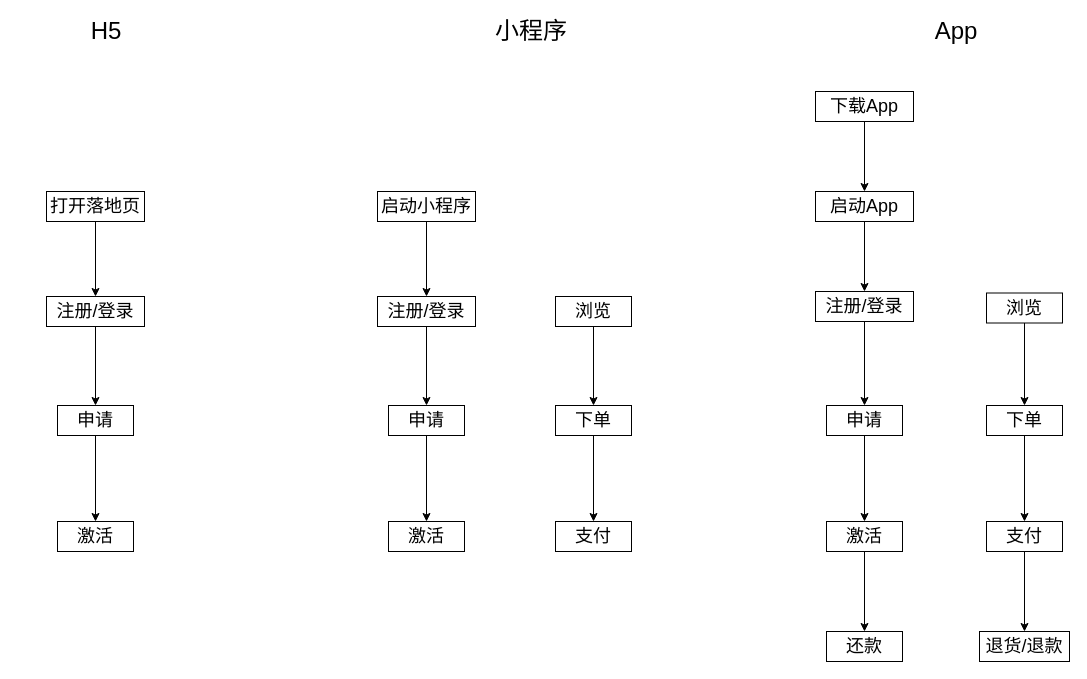
The draw.io diagram 未命名绘图.drawio in wangsun870/QG, before the edit. Source tidied: cells renumbered, new cells numbered last; positions are measured from the earlier drawing's top-left corner, leaving out a move shared by most shapes. Both pictures are drawn from the tidied source at 100%, with x=0, y=0 at pixel (46, 21).
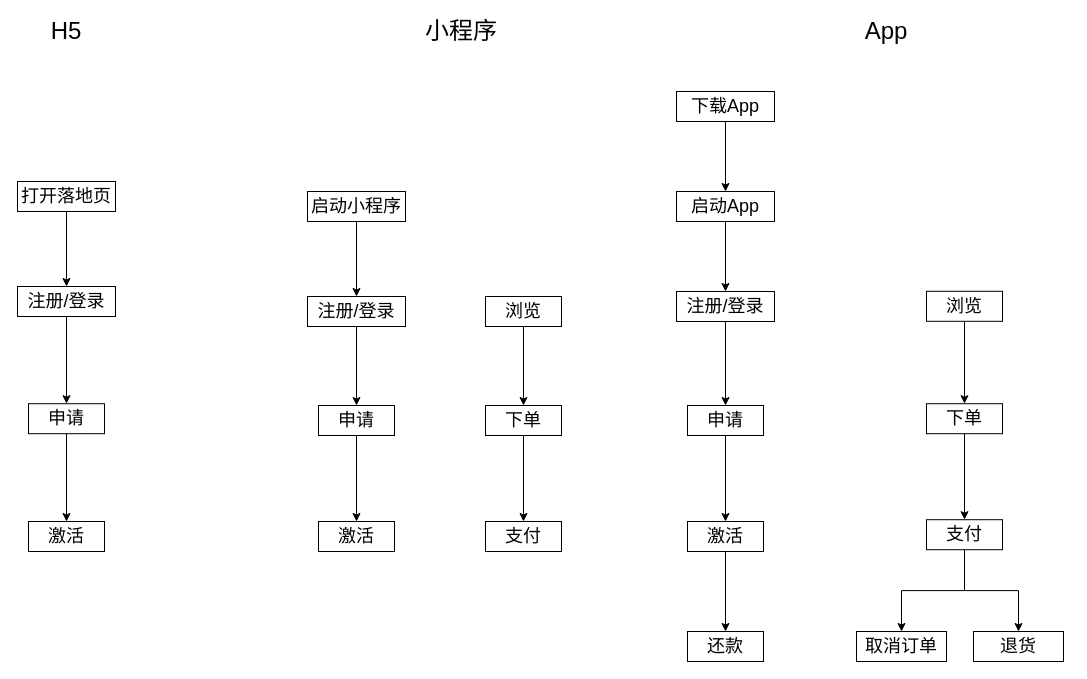
After the change.

Commit message (it also covers changes not shown here):
更新未命名绘图.drawio

Diff of the diagram source:
```diff
@@
     <mxCell id="3" value="&lt;font style=&quot;font-size: 18px&quot;&gt;注册/登录&lt;/font&gt;" style="rounded=0;whiteSpace=wrap;html=1;" parent="1" vertex="1">
-      <mxGeometry y="275" width="98" height="30" as="geometry" />
+      <mxGeometry x="-29" y="265" width="98" height="30" as="geometry" />
     </mxCell>
     <mxCell id="4" value="&lt;font style=&quot;font-size: 24px&quot;&gt;H5&lt;/font&gt;" style="text;html=1;strokeColor=none;fillColor=none;align=center;verticalAlign=middle;whiteSpace=wrap;rounded=0;direction=west;" parent="1" vertex="1">
-      <mxGeometry x="40" width="40" height="20" as="geometry" />
+      <mxGeometry width="40" height="20" as="geometry" />
     </mxCell>
     <mxCell id="5" value="&lt;span style=&quot;font-size: 24px&quot;&gt;小程序&lt;/span&gt;" style="text;html=1;strokeColor=none;fillColor=none;align=center;verticalAlign=middle;whiteSpace=wrap;rounded=0;direction=west;" parent="1" vertex="1">
-      <mxGeometry x="440" width="90" height="20" as="geometry" />
+      <mxGeometry x="370" width="90" height="20" as="geometry" />
     </mxCell>
     <mxCell id="6" value="&lt;font style=&quot;font-size: 24px&quot;&gt;App&lt;/font&gt;" style="text;html=1;strokeColor=none;fillColor=none;align=center;verticalAlign=middle;whiteSpace=wrap;rounded=0;direction=west;" parent="1" vertex="1">
-      <mxGeometry x="890" width="40" height="20" as="geometry" />
+      <mxGeometry x="820" width="40" height="20" as="geometry" />
     </mxCell>
@@
     <mxCell id="8" value="&lt;font style=&quot;font-size: 18px&quot;&gt;申请&lt;/font&gt;" style="rounded=0;whiteSpace=wrap;html=1;" parent="1" vertex="1">
-      <mxGeometry x="11" y="384" width="76" height="30" as="geometry" />
+      <mxGeometry x="-18" y="382.2" width="76" height="30" as="geometry" />
     </mxCell>
     <mxCell id="9" value="&lt;font style=&quot;font-size: 18px&quot;&gt;激活&lt;/font&gt;" style="rounded=0;whiteSpace=wrap;html=1;" parent="1" vertex="1">
-      <mxGeometry x="11" y="500" width="76" height="30" as="geometry" />
+      <mxGeometry x="-18" y="500" width="76" height="30" as="geometry" />
     </mxCell>
@@
     <mxCell id="11" value="&lt;font style=&quot;font-size: 18px&quot;&gt;注册/登录&lt;/font&gt;" style="rounded=0;whiteSpace=wrap;html=1;" parent="1" vertex="1">
-      <mxGeometry x="331" y="275" width="98" height="30" as="geometry" />
+      <mxGeometry x="261" y="275" width="98" height="30" as="geometry" />
     </mxCell>
@@
     <mxCell id="13" value="&lt;font style=&quot;font-size: 18px&quot;&gt;申请&lt;/font&gt;" style="rounded=0;whiteSpace=wrap;html=1;" parent="1" vertex="1">
-      <mxGeometry x="342" y="384" width="76" height="30" as="geometry" />
+      <mxGeometry x="272" y="384" width="76" height="30" as="geometry" />
     </mxCell>
     <mxCell id="14" value="&lt;font style=&quot;font-size: 18px&quot;&gt;激活&lt;/font&gt;" style="rounded=0;whiteSpace=wrap;html=1;" parent="1" vertex="1">
-      <mxGeometry x="342" y="500" width="76" height="30" as="geometry" />
+      <mxGeometry x="272" y="500" width="76" height="30" as="geometry" />
     </mxCell>
@@
     <mxCell id="16" value="&lt;font style=&quot;font-size: 18px&quot;&gt;浏览&lt;br&gt;&lt;/font&gt;" style="rounded=0;whiteSpace=wrap;html=1;" parent="1" vertex="1">
-      <mxGeometry x="509" y="275" width="76" height="30" as="geometry" />
+      <mxGeometry x="439" y="275" width="76" height="30" as="geometry" />
     </mxCell>
@@
     <mxCell id="18" value="&lt;font style=&quot;font-size: 18px&quot;&gt;下单&lt;br&gt;&lt;/font&gt;" style="rounded=0;whiteSpace=wrap;html=1;" parent="1" vertex="1">
-      <mxGeometry x="509" y="384" width="76" height="30" as="geometry" />
+      <mxGeometry x="439" y="384" width="76" height="30" as="geometry" />
     </mxCell>
     <mxCell id="19" value="&lt;font style=&quot;font-size: 18px&quot;&gt;支付&lt;br&gt;&lt;/font&gt;" style="rounded=0;whiteSpace=wrap;html=1;" parent="1" vertex="1">
-      <mxGeometry x="509" y="500" width="76" height="30" as="geometry" />
+      <mxGeometry x="439" y="500" width="76" height="30" as="geometry" />
     </mxCell>
@@
     <mxCell id="21" value="&lt;font style=&quot;font-size: 18px&quot;&gt;激活&lt;/font&gt;" style="rounded=0;whiteSpace=wrap;html=1;" parent="1" vertex="1">
-      <mxGeometry x="780" y="500" width="76" height="30" as="geometry" />
+      <mxGeometry x="641" y="500" width="76" height="30" as="geometry" />
     </mxCell>
@@
     <mxCell id="23" value="&lt;font style=&quot;font-size: 18px&quot;&gt;注册/登录&lt;/font&gt;" style="rounded=0;whiteSpace=wrap;html=1;" parent="1" vertex="1">
-      <mxGeometry x="769" y="270" width="98" height="30" as="geometry" />
+      <mxGeometry x="630" y="270" width="98" height="30" as="geometry" />
     </mxCell>
@@
     <mxCell id="25" value="&lt;font style=&quot;font-size: 18px&quot;&gt;申请&lt;/font&gt;" style="rounded=0;whiteSpace=wrap;html=1;" parent="1" vertex="1">
-      <mxGeometry x="780" y="384" width="76" height="30" as="geometry" />
+      <mxGeometry x="641" y="384" width="76" height="30" as="geometry" />
     </mxCell>
     <mxCell id="26" value="&lt;span style=&quot;font-size: 18px&quot;&gt;还款&lt;/span&gt;" style="rounded=0;whiteSpace=wrap;html=1;" parent="1" vertex="1">
-      <mxGeometry x="780" y="610" width="76" height="30" as="geometry" />
+      <mxGeometry x="641" y="610" width="76" height="30" as="geometry" />
     </mxCell>
@@
     <mxCell id="28" value="&lt;font style=&quot;font-size: 18px&quot;&gt;启动App&lt;/font&gt;" style="rounded=0;whiteSpace=wrap;html=1;" parent="1" vertex="1">
-      <mxGeometry x="769" y="170" width="98" height="30" as="geometry" />
+      <mxGeometry x="630" y="170" width="98" height="30" as="geometry" />
     </mxCell>
@@
     <mxCell id="30" value="&lt;span style=&quot;font-size: 18px&quot;&gt;启动小程序&lt;/span&gt;" style="rounded=0;whiteSpace=wrap;html=1;" parent="1" vertex="1">
-      <mxGeometry x="331" y="170" width="98" height="30" as="geometry" />
+      <mxGeometry x="261" y="170" width="98" height="30" as="geometry" />
     </mxCell>
@@
     <mxCell id="32" value="&lt;font style=&quot;font-size: 18px&quot;&gt;打开落地页&lt;/font&gt;" style="rounded=0;whiteSpace=wrap;html=1;" parent="1" vertex="1">
-      <mxGeometry y="170" width="98" height="30" as="geometry" />
+      <mxGeometry x="-29" y="160" width="98" height="30" as="geometry" />
     </mxCell>
@@
     <mxCell id="34" value="&lt;font style=&quot;font-size: 18px&quot;&gt;下载App&lt;/font&gt;" style="rounded=0;whiteSpace=wrap;html=1;" parent="1" vertex="1">
-      <mxGeometry x="769" y="70" width="98" height="30" as="geometry" />
+      <mxGeometry x="630" y="70" width="98" height="30" as="geometry" />
     </mxCell>
@@
     <mxCell id="36" value="&lt;font style=&quot;font-size: 18px&quot;&gt;浏览&lt;br&gt;&lt;/font&gt;" style="rounded=0;whiteSpace=wrap;html=1;" parent="1" vertex="1">
-      <mxGeometry x="940" y="271.5" width="76" height="30" as="geometry" />
+      <mxGeometry x="880" y="269.8" width="76" height="30" as="geometry" />
     </mxCell>
@@
     <mxCell id="38" value="&lt;font style=&quot;font-size: 18px&quot;&gt;下单&lt;br&gt;&lt;/font&gt;" style="rounded=0;whiteSpace=wrap;html=1;" parent="1" vertex="1">
-      <mxGeometry x="940" y="384" width="76" height="30" as="geometry" />
+      <mxGeometry x="880" y="382.2" width="76" height="30" as="geometry" />
     </mxCell>
@@
+    <mxCell id="42" style="edgeStyle=orthogonalEdgeStyle;rounded=0;jettySize=auto;html=1;entryX=0.5;entryY=0;entryDx=0;entryDy=0;" parent="1" edge="1" source="40" target="43">
+      <mxGeometry relative="1" as="geometry" />
+    </mxCell>
     <mxCell id="40" value="&lt;font style=&quot;font-size: 18px&quot;&gt;支付&lt;br&gt;&lt;/font&gt;" style="rounded=0;whiteSpace=wrap;html=1;" parent="1" vertex="1">
-      <mxGeometry x="940" y="500" width="76" height="30" as="geometry" />
+      <mxGeometry x="880" y="498.2" width="76" height="30" as="geometry" />
     </mxCell>
-    <mxCell id="41" value="&lt;font style=&quot;font-size: 18px&quot;&gt;退货/退款&lt;br&gt;&lt;/font&gt;" style="rounded=0;whiteSpace=wrap;html=1;" parent="1" vertex="1">
-      <mxGeometry x="933" y="610" width="90" height="30" as="geometry" />
+    <mxCell id="41" value="&lt;font style=&quot;font-size: 18px&quot;&gt;取消订单&lt;br&gt;&lt;/font&gt;" style="rounded=0;whiteSpace=wrap;html=1;" parent="1" vertex="1">
+      <mxGeometry x="810" y="610" width="90" height="30" as="geometry" />
     </mxCell>
+    <mxCell id="43" value="&lt;font style=&quot;font-size: 18px&quot;&gt;退货&lt;br&gt;&lt;/font&gt;" style="rounded=0;whiteSpace=wrap;html=1;" parent="1" vertex="1">
+      <mxGeometry x="927" y="610" width="90" height="30" as="geometry" />
+    </mxCell>
```
